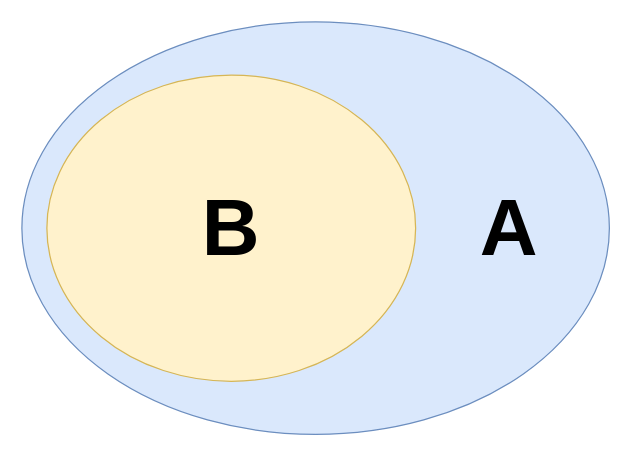
Above: drawio/subset.drawio in alfertev2014/holyjs-2025-autumn (draw.io), before the change. Source tidied: cells renumbered, new cells numbered last; positions are measured from the earlier drawing's top-left corner, leaving out a move shared by most shapes. Both pictures are drawn from the tidied source at 125%, with x=0, y=0 at pixel (21, 21).
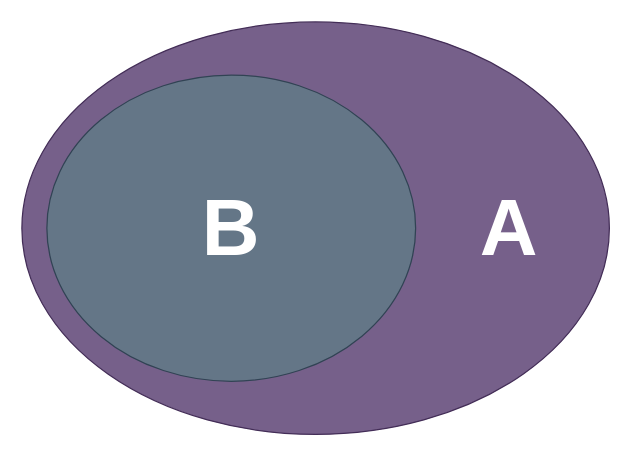
The same page after the edit.

Change to the diagram source:
```diff
@@
 <mxGraphModel>
   <root>
     <mxCell id="0" />
     <mxCell id="1" parent="0" />
-    <mxCell id="2" style="ellipse;whiteSpace=wrap;html=1;align=right;fillColor=#dae8fc;strokeColor=#6c8ebf;" parent="1" vertex="1">
+    <mxCell id="2" style="ellipse;whiteSpace=wrap;html=1;align=right;fillColor=#76608a;strokeColor=#432D57;fontColor=#ffffff;" parent="1" vertex="1">
       <mxGeometry width="470" height="330" as="geometry" />
     </mxCell>
-    <mxCell id="3" value="B" style="ellipse;whiteSpace=wrap;html=1;fontSize=64;fontStyle=1;fillColor=#fff2cc;strokeColor=#d6b656;" parent="1" vertex="1">
+    <mxCell id="3" value="&lt;font style=&quot;color: rgb(255, 255, 255);&quot;&gt;B&lt;/font&gt;" style="ellipse;whiteSpace=wrap;html=1;fontSize=64;fontStyle=1;fillColor=#647687;strokeColor=#314354;fontColor=#ffffff;" parent="1" vertex="1">
       <mxGeometry x="20" y="42.5" width="295" height="245" as="geometry" />
     </mxCell>
-    <mxCell id="4" value="A" style="text;html=1;align=center;verticalAlign=middle;whiteSpace=wrap;rounded=0;fontSize=64;fontStyle=1;" parent="1" vertex="1">
+    <mxCell id="4" value="&lt;font style=&quot;color: rgb(255, 255, 255);&quot;&gt;A&lt;/font&gt;" style="text;html=1;align=center;verticalAlign=middle;whiteSpace=wrap;rounded=0;fontSize=64;fontStyle=1;" parent="1" vertex="1">
       <mxGeometry x="360" y="150" width="60" height="30" as="geometry" />
     </mxCell>
   </root>
 </mxGraphModel>
```
